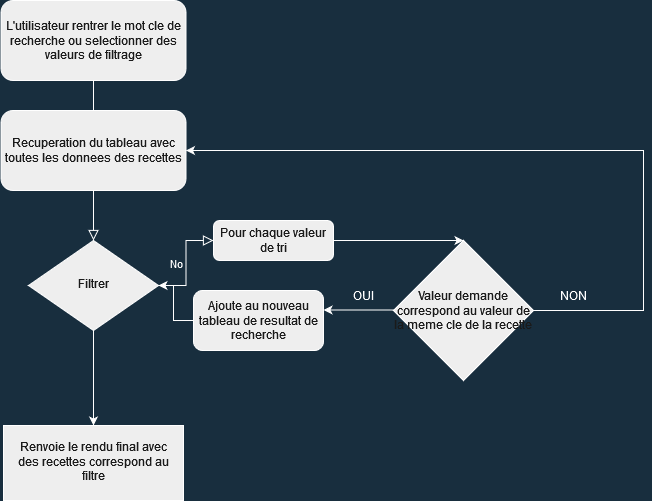
JacquesN16/P7-Search-Algo keeps this draw.io diagram as Untitled Diagram.drawio.png. Above is the earlier version. Source tidied: cells renumbered, new cells last; positions are measured from the earlier drawing's top-left corner, leaving out a move shared by most shapes.
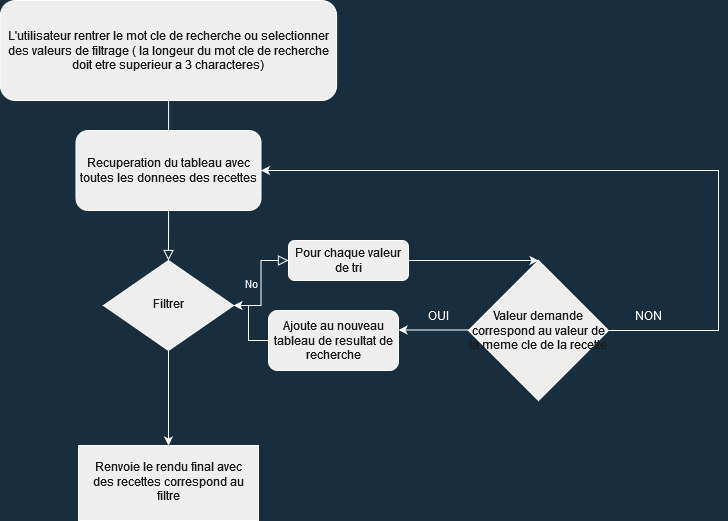
After the change.

Diff of the diagram source:
```diff
@@ -5,8 +5,8 @@
     <mxCell id="2" style="rounded=0;html=1;jettySize=auto;fontSize=11;endArrow=block;endFill=0;endSize=8;strokeWidth=1;shadow=0;labelBackgroundColor=none;edgeStyle=orthogonalEdgeStyle;strokeColor=#FFFFFF;fontColor=#FFFFFF;" parent="1" edge="1" source="3" target="6">
       <mxGeometry relative="1" as="geometry" />
     </mxCell>
-    <mxCell id="3" value="L'utilisateur rentrer le mot cle de recherche ou selectionner des valeurs de filtrage" style="rounded=1;whiteSpace=wrap;html=1;fontSize=12;glass=0;strokeWidth=1;shadow=0;fillColor=#EEEEEE;strokeColor=#FFFFFF;fontColor=#1A1A1A;" parent="1" vertex="1">
-      <mxGeometry x="-0.5" width="185" height="80" as="geometry" />
+    <mxCell id="3" value="&lt;div&gt;L'utilisateur rentrer le mot cle de recherche ou selectionner des valeurs de filtrage ( la longeur du mot cle de recherche doit etre superieur a 3 characteres)&lt;/div&gt;" style="rounded=1;whiteSpace=wrap;html=1;fontSize=12;glass=0;strokeWidth=1;shadow=0;fillColor=#EEEEEE;strokeColor=#FFFFFF;fontColor=#1A1A1A;" parent="1" vertex="1">
+      <mxGeometry x="-76.1" y="-20" width="336.2" height="100" as="geometry" />
     </mxCell>
     <mxCell id="4" value="No" style="edgeStyle=orthogonalEdgeStyle;rounded=0;html=1;jettySize=auto;fontSize=11;endArrow=block;endFill=0;endSize=8;strokeWidth=1;shadow=0;labelBackgroundColor=none;strokeColor=#FFFFFF;fontColor=#FFFFFF;" parent="1" edge="1" source="6" target="8">
       <mxGeometry y="10" relative="1" as="geometry" />
```
